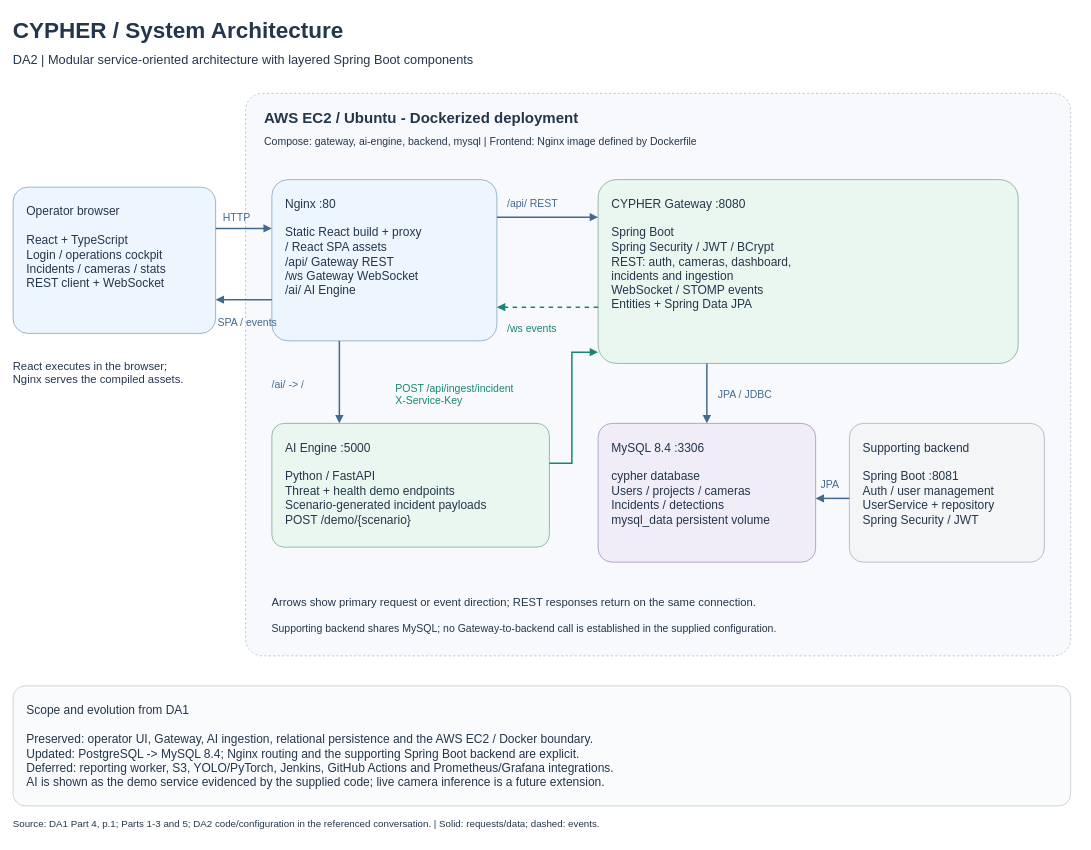
Before: docs/design/architecture/cypher-architecture.drawio in adithyansnair-codes/Cypher-project, a draw.io diagram. Source tidied: cells renumbered, new cells numbered last; positions are measured from the earlier drawing's top-left corner, leaving out a move shared by most shapes. Both pictures are drawn from the tidied source at 75%, with x=0, y=0 at pixel (13, 13).
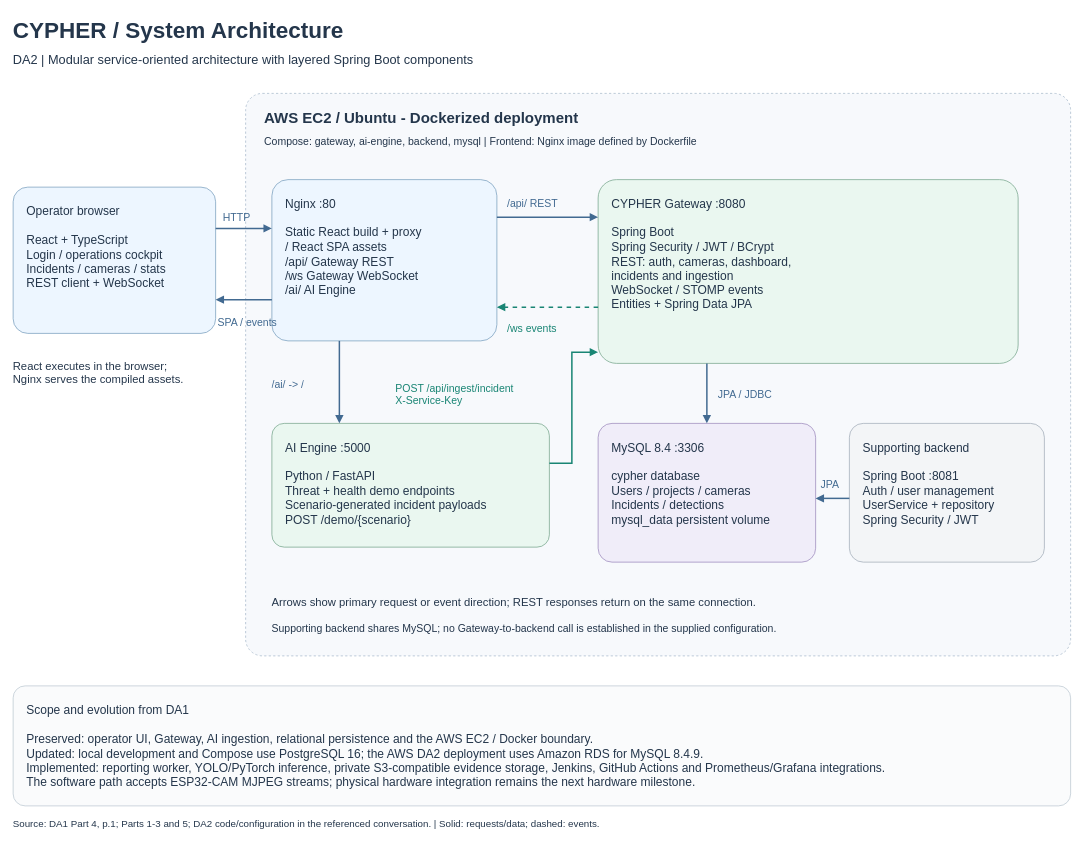
The same page after the edit.

Commit message (it also covers changes not shown here):
Update final report and verification evidence

Change to the diagram source:
```diff
@@
-    <mxCell id="32" value="Scope and evolution from DA1&#10;&#10;Preserved: operator UI, Gateway, AI ingestion, relational persistence and the AWS EC2 / Docker boundary.&#10;Updated: PostgreSQL -&gt; MySQL 8.4; Nginx routing and the supporting Spring Boot backend are explicit.&#10;Deferred: reporting worker, S3, YOLO/PyTorch, Jenkins, GitHub Actions and Prometheus/Grafana integrations.&#10;AI is shown as the demo service evidenced by the supplied code; live camera inference is a future extension." style="rounded=1;arcSize=10;whiteSpace=wrap;html=0;align=left;verticalAlign=top;spacing=18;fontFamily=Arial;fontSize=16;fontColor=#24364B;fillColor=#FAFBFC;strokeColor=#BDC8D2;strokeWidth=1;" parent="1" vertex="1">
+    <mxCell id="32" value="Scope and evolution from DA1&#10;&#10;Preserved: operator UI, Gateway, AI ingestion, relational persistence and the AWS EC2 / Docker boundary.&#10;Updated: local development and Compose use PostgreSQL 16; the AWS DA2 deployment uses Amazon RDS for MySQL 8.4.9.&#10;Implemented: reporting worker, YOLO/PyTorch inference, private S3-compatible evidence storage, Jenkins, GitHub Actions and Prometheus/Grafana integrations.&#10;The software path accepts ESP32-CAM MJPEG streams; physical hardware integration remains the next hardware milestone." style="rounded=1;arcSize=10;whiteSpace=wrap;html=0;align=left;verticalAlign=top;spacing=18;fontFamily=Arial;fontSize=16;fontColor=#24364B;fillColor=#FAFBFC;strokeColor=#BDC8D2;strokeWidth=1;" parent="1" vertex="1">
       <mxGeometry y="897" width="1410" height="160" as="geometry" />
     </mxCell>
```
